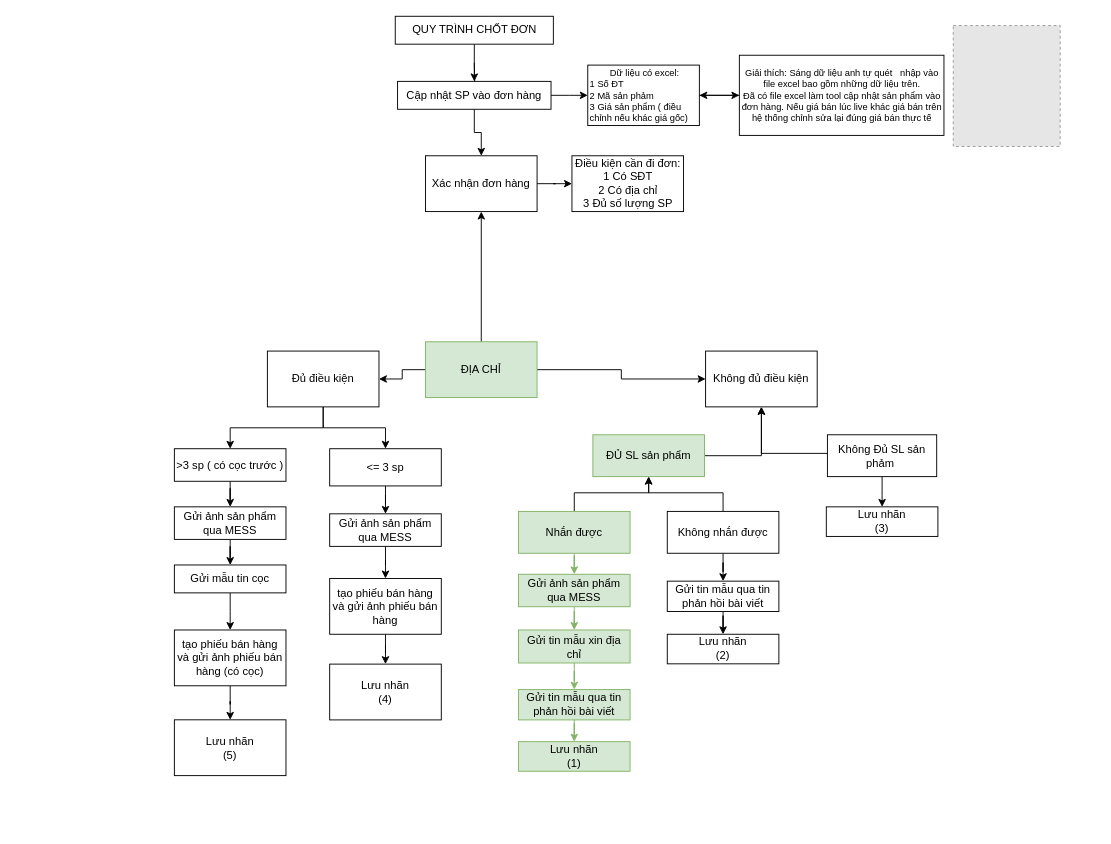
Above: app_flow.drawio in minhtran0918/bot-store-management (draw.io), before the change. Source tidied: cells renumbered, new cells numbered last; positions are measured from the earlier drawing's top-left corner, leaving out a move shared by most shapes. Both pictures are drawn from the tidied source at 93%, with x=0, y=0 at pixel (174, 16). Pictures stored in the file or linked from it are replaced by grey dashed boxes.
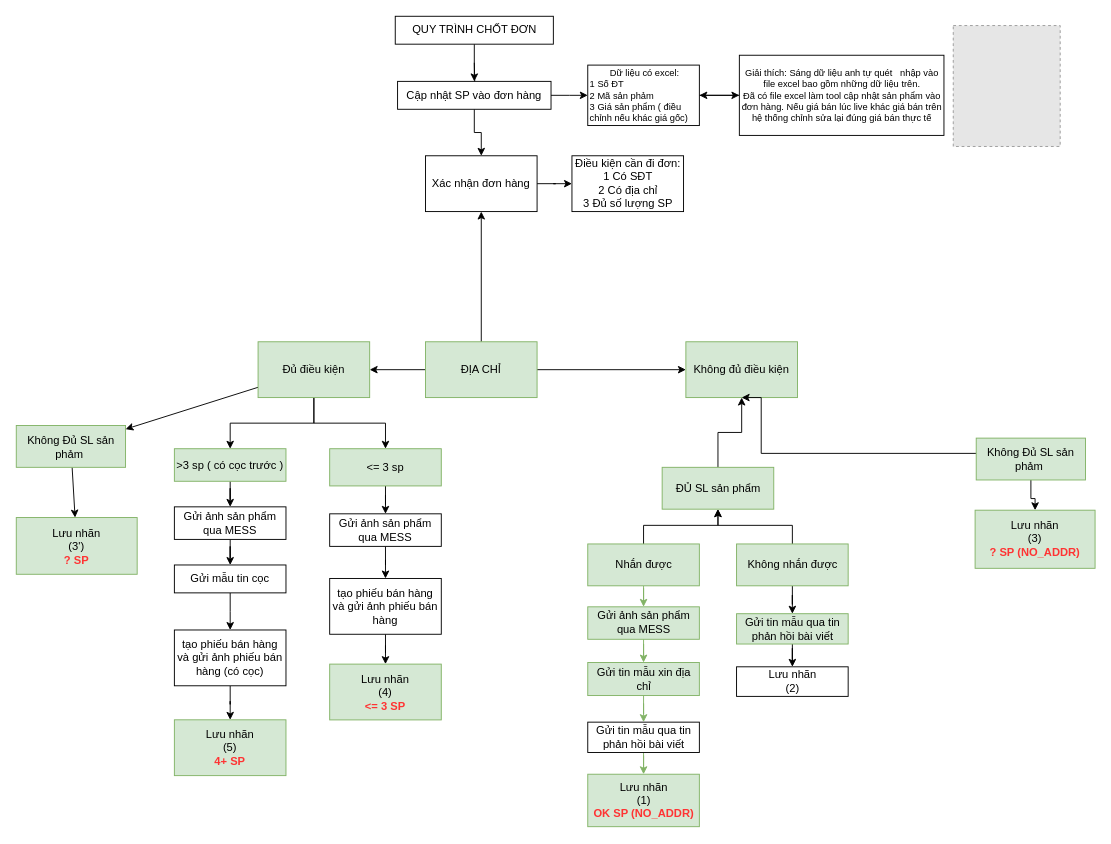
The same diagram, later.

What changed in the source:
```diff
@@
-    <mxCell id="19" value="Không đủ điều kiện" style="whiteSpace=wrap;html=1;rounded=0;" parent="1" vertex="1">
-      <mxGeometry x="571.2" y="360" width="120" height="60" as="geometry" />
+    <mxCell id="19" value="Không đủ điều kiện" style="whiteSpace=wrap;html=1;rounded=0;fillColor=#d5e8d4;strokeColor=#82b366;" parent="1" vertex="1">
+      <mxGeometry x="550" y="350" width="120" height="60" as="geometry" />
     </mxCell>
@@
+    <mxCell id="62" style="edgeStyle=none;html=1;" parent="1" edge="1" source="23" target="64">
+      <mxGeometry relative="1" as="geometry" />
+    </mxCell>
-    <mxCell id="23" value="Đủ điều kiện" style="whiteSpace=wrap;html=1;rounded=0;" parent="1" vertex="1">
-      <mxGeometry x="100" y="360" width="120" height="60" as="geometry" />
+    <mxCell id="23" value="Đủ điều kiện" style="whiteSpace=wrap;html=1;rounded=0;fillColor=#d5e8d4;strokeColor=#82b366;" parent="1" vertex="1">
+      <mxGeometry x="90" y="350" width="120" height="60" as="geometry" />
     </mxCell>
@@
     <mxCell id="26" value="Nhắn được" style="whiteSpace=wrap;html=1;rounded=0;fillColor=#d5e8d4;strokeColor=#82b366;" parent="1" vertex="1">
-      <mxGeometry x="370" y="532.4" width="120" height="45" as="geometry" />
+      <mxGeometry x="444.5" y="567.4" width="120" height="45" as="geometry" />
     </mxCell>
@@
-    <mxCell id="28" value="&amp;lt;= 3 sp" style="whiteSpace=wrap;html=1;rounded=0;" parent="1" vertex="1">
+    <mxCell id="28" value="&amp;lt;= 3 sp" style="whiteSpace=wrap;html=1;rounded=0;fillColor=#d5e8d4;strokeColor=#82b366;" parent="1" vertex="1">
       <mxGeometry x="167" y="465" width="120" height="40" as="geometry" />
     </mxCell>
@@
-    <mxCell id="32" value="&amp;gt;3 sp ( có cọc trước )" style="whiteSpace=wrap;html=1;rounded=0;" parent="1" vertex="1">
+    <mxCell id="32" value="&amp;gt;3 sp ( có cọc trước )" style="whiteSpace=wrap;html=1;rounded=0;fillColor=#d5e8d4;strokeColor=#82b366;" parent="1" vertex="1">
       <mxGeometry y="465" width="120" height="35" as="geometry" />
     </mxCell>
@@
     <mxCell id="38" value="Gửi ảnh sản phẩm qua MESS" style="whiteSpace=wrap;html=1;rounded=0;fillColor=#d5e8d4;strokeColor=#82b366;" parent="1" vertex="1">
-      <mxGeometry x="370" y="600" width="120" height="34.9" as="geometry" />
+      <mxGeometry x="444.5" y="635" width="120" height="34.9" as="geometry" />
     </mxCell>
@@
-    <mxCell id="41" value="Không Đủ SL sản phảm&amp;nbsp;" style="whiteSpace=wrap;html=1;rounded=0;" parent="1" vertex="1">
-      <mxGeometry x="702.2" y="450" width="117.5" height="45" as="geometry" />
+    <mxCell id="41" value="Không Đủ SL sản phảm&amp;nbsp;" style="whiteSpace=wrap;html=1;rounded=0;fillColor=#d5e8d4;strokeColor=#82b366;" parent="1" vertex="1">
+      <mxGeometry x="862.2" y="453.6" width="117.5" height="45" as="geometry" />
     </mxCell>
@@
     <mxCell id="43" value="Gửi tin mẫu xin địa chỉ" style="whiteSpace=wrap;html=1;rounded=0;fillColor=#d5e8d4;strokeColor=#82b366;" parent="1" vertex="1">
-      <mxGeometry x="370" y="659.9" width="120" height="35.5" as="geometry" />
+      <mxGeometry x="444.5" y="694.9" width="120" height="35.5" as="geometry" />
     </mxCell>
-    <mxCell id="44" value="Lưu nhãn&lt;br&gt;(1)" style="whiteSpace=wrap;html=1;rounded=0;fillColor=#d5e8d4;strokeColor=#82b366;" parent="1" vertex="1">
-      <mxGeometry x="370" y="780" width="120" height="31.8" as="geometry" />
+    <mxCell id="44" value="Lưu nhãn&lt;br&gt;(1)&lt;br&gt;&lt;font style=&quot;color: rgb(255, 51, 51);&quot;&gt;&lt;b&gt;OK SP (NO_ADDR)&lt;/b&gt;&lt;/font&gt;" style="whiteSpace=wrap;html=1;rounded=0;fillColor=#d5e8d4;strokeColor=#82b366;" parent="1" vertex="1">
+      <mxGeometry x="444.5" y="815" width="120" height="56.4" as="geometry" />
     </mxCell>
-    <mxCell id="45" value="Lưu nhãn&lt;br&gt;(3)" style="whiteSpace=wrap;html=1;rounded=0;" parent="1" vertex="1">
-      <mxGeometry x="701" y="527.5" width="120" height="31.8" as="geometry" />
+    <mxCell id="45" value="Lưu nhãn&lt;br&gt;(3)&lt;br&gt;&lt;b&gt;&lt;font style=&quot;color: rgb(255, 51, 51);&quot;&gt;? SP (NO_ADDR)&lt;/font&gt;&lt;/b&gt;" style="whiteSpace=wrap;html=1;rounded=0;fillColor=#d5e8d4;strokeColor=#82b366;" parent="1" vertex="1">
+      <mxGeometry x="861" y="531.1" width="129" height="62.5" as="geometry" />
     </mxCell>
@@
     <mxCell id="47" value="ĐỦ SL sản phẩm" style="whiteSpace=wrap;html=1;rounded=0;fillColor=#d5e8d4;strokeColor=#82b366;" parent="1" vertex="1">
-      <mxGeometry x="450" y="450" width="120" height="45" as="geometry" />
+      <mxGeometry x="524.5" y="485" width="120" height="45" as="geometry" />
     </mxCell>
@@
-    <mxCell id="50" value="Không nhắn được" style="whiteSpace=wrap;html=1;rounded=0;" parent="1" vertex="1">
-      <mxGeometry x="530" y="532.4" width="120" height="45" as="geometry" />
+    <mxCell id="50" value="Không nhắn được" style="whiteSpace=wrap;html=1;rounded=0;fillColor=#d5e8d4;strokeColor=#82b366;" parent="1" vertex="1">
+      <mxGeometry x="604.5" y="567.4" width="120" height="45" as="geometry" />
     </mxCell>
@@
-    <mxCell id="52" value="Gửi tin mẫu qua tin phản hồi bài viết" style="whiteSpace=wrap;html=1;rounded=0;" parent="1" vertex="1">
-      <mxGeometry x="530" y="607.4" width="120" height="32.6" as="geometry" />
+    <mxCell id="52" value="Gửi tin mẫu qua tin phản hồi bài viết" style="whiteSpace=wrap;html=1;rounded=0;fillColor=#d5e8d4;strokeColor=#82b366;" parent="1" vertex="1">
+      <mxGeometry x="604.5" y="642.4" width="120" height="32.6" as="geometry" />
     </mxCell>
     <mxCell id="53" value="Lưu nhãn&lt;br&gt;(2)" style="whiteSpace=wrap;html=1;rounded=0;" parent="1" vertex="1">
-      <mxGeometry x="530" y="664.5" width="120" height="31.8" as="geometry" />
+      <mxGeometry x="604.5" y="699.5" width="120" height="31.8" as="geometry" />
     </mxCell>
-    <mxCell id="54" value="Lưu nhãn&lt;br&gt;(4)" style="whiteSpace=wrap;html=1;rounded=0;" parent="1" vertex="1">
+    <mxCell id="54" value="Lưu nhãn&lt;br&gt;(4)&lt;br&gt;&lt;b&gt;&lt;font style=&quot;color: rgb(255, 51, 51);&quot;&gt;&amp;lt;= 3 SP&lt;/font&gt;&lt;/b&gt;" style="whiteSpace=wrap;html=1;rounded=0;fillColor=#d5e8d4;strokeColor=#82b366;" parent="1" vertex="1">
       <mxGeometry x="167" y="696.6" width="120" height="60" as="geometry" />
     </mxCell>
-    <mxCell id="55" value="Lưu nhãn&lt;br&gt;(5)" style="whiteSpace=wrap;html=1;rounded=0;" parent="1" vertex="1">
+    <mxCell id="55" value="Lưu nhãn&lt;br&gt;(5)&lt;br&gt;&lt;b&gt;&lt;font style=&quot;color: rgb(255, 51, 51);&quot;&gt;4+ SP&lt;/font&gt;&lt;/b&gt;" style="whiteSpace=wrap;html=1;rounded=0;fillColor=#d5e8d4;strokeColor=#82b366;" parent="1" vertex="1">
       <mxGeometry y="756.5" width="120" height="60" as="geometry" />
     </mxCell>
@@
-    <mxCell id="61" value="Gửi tin mẫu qua tin phản hồi bài viết" style="whiteSpace=wrap;html=1;rounded=0;fillColor=#d5e8d4;strokeColor=#82b366;" parent="1" vertex="1">
-      <mxGeometry x="370" y="724" width="120" height="32.6" as="geometry" />
+    <mxCell id="61" value="Gửi tin mẫu qua tin phản hồi bài viết" style="whiteSpace=wrap;html=1;rounded=0;" parent="1" vertex="1">
+      <mxGeometry x="444.5" y="759" width="120" height="32.6" as="geometry" />
     </mxCell>
+    <mxCell id="63" style="edgeStyle=none;html=1;" parent="1" edge="1" source="64" target="65">
+      <mxGeometry relative="1" as="geometry" />
+    </mxCell>
+    <mxCell id="64" value="Không Đủ SL sản phảm&amp;nbsp;" style="whiteSpace=wrap;html=1;rounded=0;fillColor=#d5e8d4;strokeColor=#82b366;" parent="1" vertex="1">
+      <mxGeometry x="-170" y="440" width="117.5" height="45" as="geometry" />
+    </mxCell>
+    <mxCell id="65" value="Lưu nhãn&lt;br&gt;(3')&lt;div&gt;&lt;b&gt;&lt;font style=&quot;color: rgb(255, 51, 51);&quot;&gt;? SP&lt;/font&gt;&lt;/b&gt;&lt;/div&gt;" style="whiteSpace=wrap;html=1;rounded=0;fillColor=#d5e8d4;strokeColor=#82b366;" parent="1" vertex="1">
+      <mxGeometry x="-170" y="539" width="130" height="61" as="geometry" />
+    </mxCell>
```
